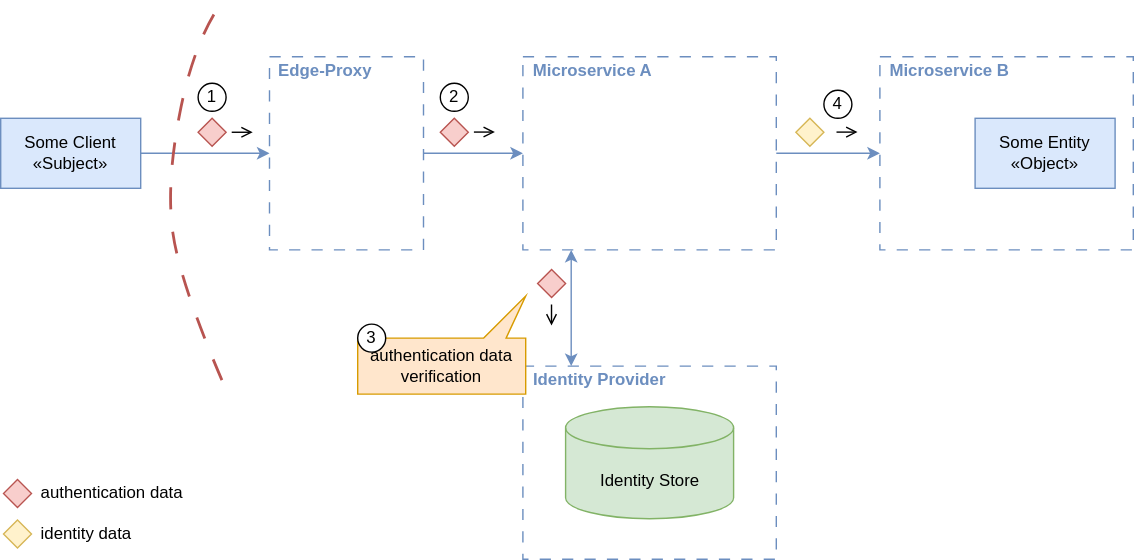
Before: assets/Simple_Service_Level_Identity_Forwarding.svg, a diagram exported from draw.io (dadrus/CheatSheetSeries). Source tidied: cells renumbered, new cells last; positions are measured from the earlier drawing's top-left corner, leaving out a move shared by most shapes.
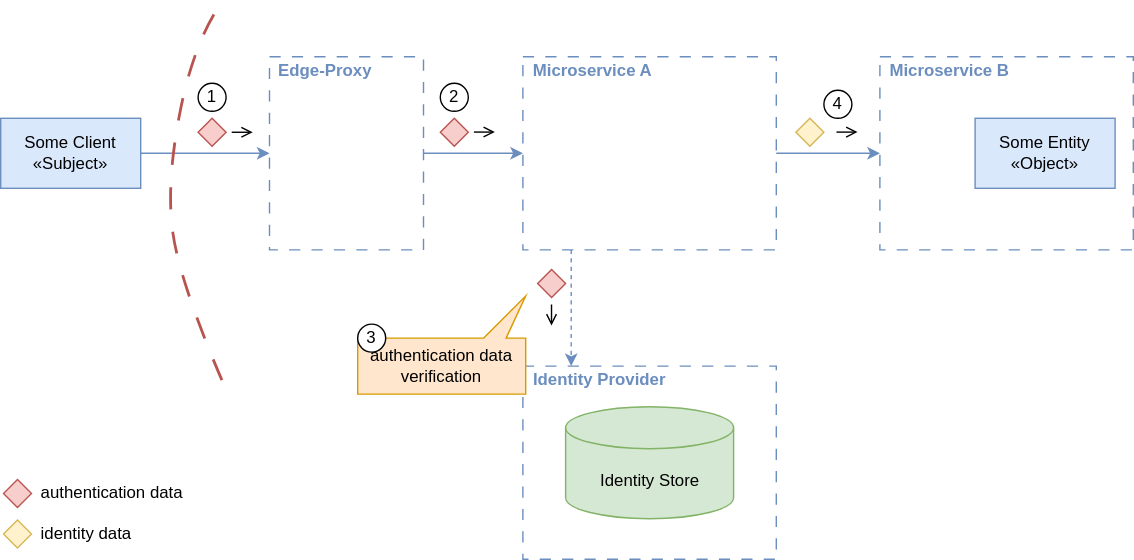
After the commit.

Commit message:
simple service level identity forwarding diagram fixed

The edit, as a diff of the source:
```diff
@@ -83,7 +83,7 @@
         <mxPoint x="612" y="92.9" as="targetPoint" />
       </mxGeometry>
     </mxCell>
-    <mxCell id="26" style="edgeStyle=orthogonalEdgeStyle;rounded=0;orthogonalLoop=1;jettySize=auto;html=1;entryX=0.5;entryY=0;entryDx=0;entryDy=0;fillColor=#dae8fc;strokeColor=#6c8ebf;startArrow=classic;startFill=1;" parent="1" edge="1">
+    <mxCell id="26" style="edgeStyle=orthogonalEdgeStyle;rounded=0;orthogonalLoop=1;jettySize=auto;html=1;entryX=0.5;entryY=0;entryDx=0;entryDy=0;fillColor=#dae8fc;strokeColor=#6c8ebf;startArrow=none;startFill=0;dashed=1;" parent="1" edge="1">
       <mxGeometry relative="1" as="geometry">
         <mxPoint x="407.5" y="177" as="sourcePoint" />
         <mxPoint x="407.5" y="260" as="targetPoint" />
```
